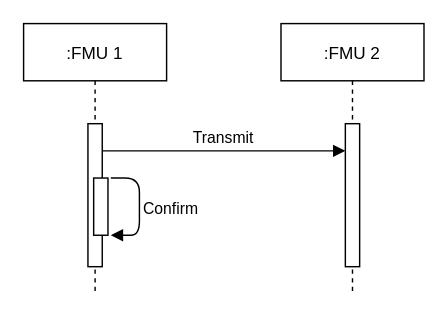
Above: docs/images/can_direct_confirmation.drawio in modelica/fmi-ls-bus (draw.io), before the change. Source tidied: cells renumbered, new cells numbered last; positions are measured from the earlier drawing's top-left corner, leaving out a move shared by most shapes. Both pictures are drawn from the tidied source at 143%, with x=0, y=0 at pixel (23, 23).
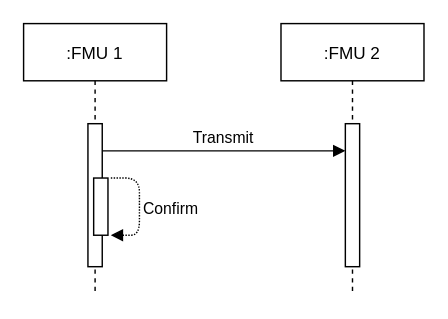
After the change.

Diff of the diagram source:
```diff
@@
 <mxGraphModel>
   <root>
     <mxCell id="0" />
     <mxCell id="1" parent="0" />
     <mxCell id="2" value=":FMU 1" style="shape=umlLifeline;perimeter=lifelinePerimeter;rounded=0;shadow=0;strokeWidth=1;" parent="1" vertex="1">
       <mxGeometry width="100" height="190" as="geometry" />
     </mxCell>
     <mxCell id="3" style="perimeter=orthogonalPerimeter;rounded=0;shadow=0;strokeWidth=1;" parent="2" vertex="1">
       <mxGeometry x="45" y="70" width="10" height="100" as="geometry" />
     </mxCell>
     <mxCell id="4" style="perimeter=orthogonalPerimeter;rounded=0;shadow=0;strokeWidth=1;" parent="2" vertex="1">
       <mxGeometry x="49" y="108" width="10" height="40" as="geometry" />
     </mxCell>
-    <mxCell id="5" value="Confirm" style="verticalAlign=bottom;endArrow=block;shadow=0;strokeWidth=1;align=left;spacingRight=1;spacing=3;" parent="2" edge="1">
+    <mxCell id="5" value="Confirm" style="verticalAlign=bottom;endArrow=block;shadow=0;strokeWidth=1;align=left;spacingRight=1;spacing=3;dashed=1;dashPattern=1 1;" parent="2" edge="1">
       <mxGeometry x="0.3" relative="1" as="geometry">
         <mxPoint x="61" y="108" as="sourcePoint" />
         <mxPoint x="61" y="148" as="targetPoint" />
         <Array as="points">
           <mxPoint x="81" y="108" />
           <mxPoint x="81" y="148" />
         </Array>
       </mxGeometry>
     </mxCell>
     <mxCell id="6" value=":FMU 2" style="shape=umlLifeline;perimeter=lifelinePerimeter;rounded=0;shadow=0;strokeWidth=1;" parent="1" vertex="1">
       <mxGeometry x="180" width="100" height="190" as="geometry" />
     </mxCell>
     <mxCell id="7" style="perimeter=orthogonalPerimeter;rounded=0;shadow=0;strokeWidth=1;" parent="6" vertex="1">
       <mxGeometry x="45" y="70" width="10" height="100" as="geometry" />
     </mxCell>
     <mxCell id="8" value="Transmit" style="verticalAlign=bottom;endArrow=block;entryX=0;entryY=0;shadow=0;strokeWidth=1;" parent="1" edge="1">
       <mxGeometry relative="1" as="geometry">
         <mxPoint x="55" y="89" as="sourcePoint" />
         <mxPoint x="225" y="89" as="targetPoint" />
       </mxGeometry>
     </mxCell>
   </root>
 </mxGraphModel>
```
